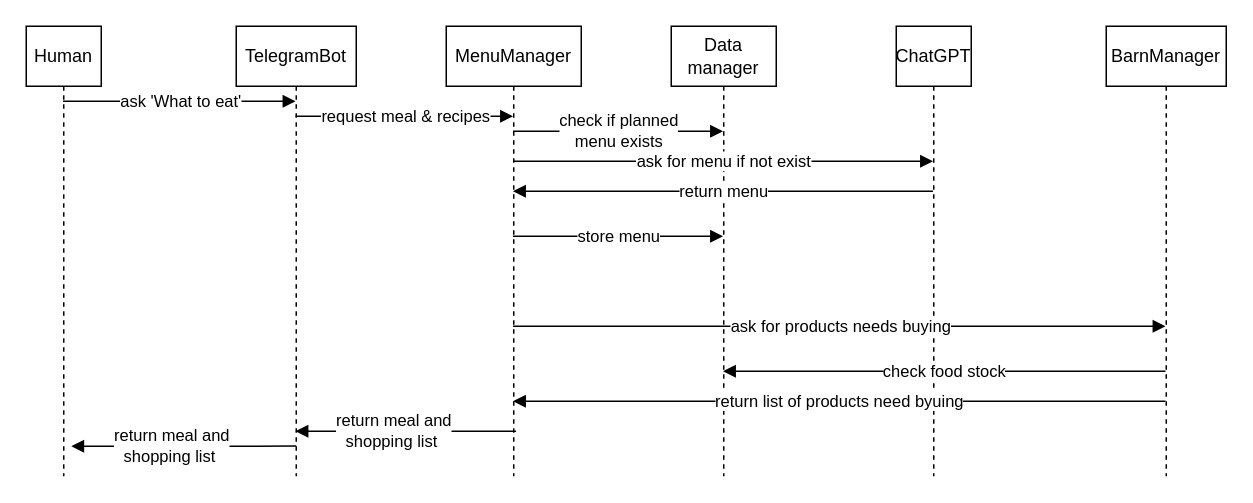
Earlier version of the draw.io diagram api/Global architecture.drawio (OblakoVShanah/barn_manager). Source tidied: cells renumbered, new cells numbered last; positions are measured from the earlier drawing's top-left corner, leaving out a move shared by most shapes. Both pictures are drawn from the tidied source at 150%, with x=0, y=0 at pixel (26, 26).
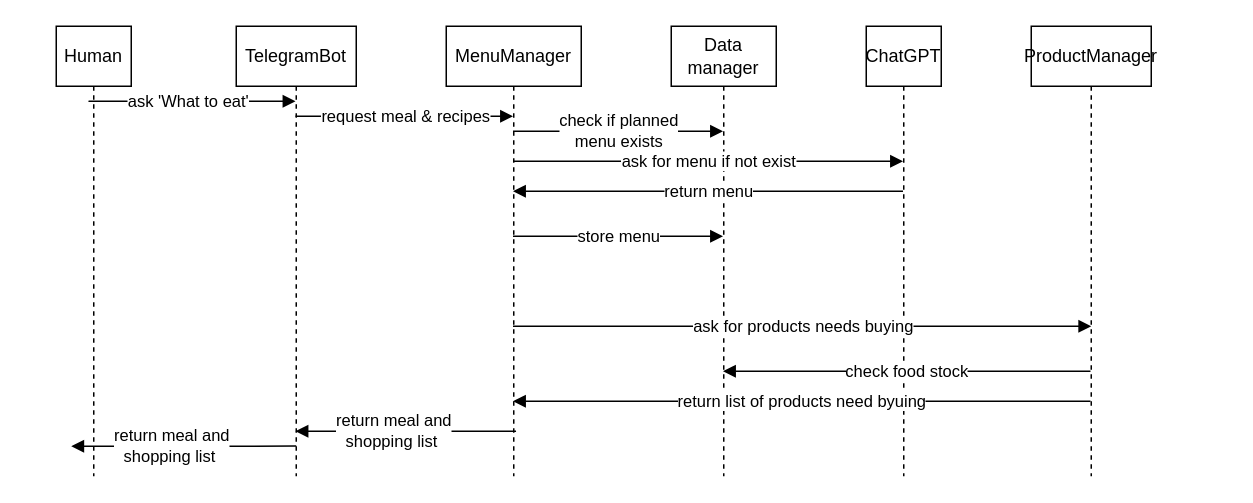
After the change.

Unchanged cells that the change refers to:
```xml
<mxCell id="4" value="MenuManager" style="shape=umlLifeline;perimeter=lifelinePerimeter;whiteSpace=wrap;html=1;" parent="1" vertex="1">
  <mxGeometry x="280" width="90" height="300" as="geometry" />
</mxCell>
<mxCell id="5" value="Data manager" style="shape=umlLifeline;perimeter=lifelinePerimeter;whiteSpace=wrap;html=1;" parent="1" vertex="1">
  <mxGeometry x="430" width="70" height="300" as="geometry" />
</mxCell>
```

The edit, as a diff of the source:
```diff
@@
     <mxCell id="2" value="Human" style="shape=umlLifeline;perimeter=lifelinePerimeter;whiteSpace=wrap;html=1;" parent="1" vertex="1">
-      <mxGeometry width="50" height="300" as="geometry" />
+      <mxGeometry x="20" width="50" height="300" as="geometry" />
     </mxCell>
@@
     <mxCell id="6" value="ChatGPT" style="shape=umlLifeline;perimeter=lifelinePerimeter;whiteSpace=wrap;html=1;" parent="1" vertex="1">
-      <mxGeometry x="580" width="50" height="300" as="geometry" />
+      <mxGeometry x="560" width="50" height="300" as="geometry" />
     </mxCell>
-    <mxCell id="7" value="BarnManager" style="shape=umlLifeline;perimeter=lifelinePerimeter;whiteSpace=wrap;html=1;" parent="1" vertex="1">
-      <mxGeometry x="720" width="80" height="300" as="geometry" />
-    </mxCell>
+    <mxCell id="19" value="ProductManager" style="shape=umlLifeline;perimeter=lifelinePerimeter;whiteSpace=wrap;html=1;" parent="1" vertex="1">
+      <mxGeometry x="670" width="80" height="300" as="geometry" />
+    </mxCell>
@@
-    <mxCell id="14" value="check food stock" style="html=1;endArrow=block;" parent="1" edge="1" source="7" target="5">
+    <mxCell id="14" value="check food stock" style="html=1;endArrow=block;" parent="1" edge="1" source="19" target="5">
       <mxGeometry relative="1" as="geometry">
         <Array as="points">
           <mxPoint x="700" y="230" />
           <mxPoint x="510" y="230" />
         </Array>
       </mxGeometry>
     </mxCell>
-    <mxCell id="15" value="ask for products needs buying" style="html=1;endArrow=block;" parent="1" edge="1" source="4" target="7">
+    <mxCell id="15" value="ask for products needs buying" style="html=1;endArrow=block;" parent="1" edge="1" source="4" target="19">
       <mxGeometry relative="1" as="geometry">
         <Array as="points">
           <mxPoint x="710" y="200" />
         </Array>
       </mxGeometry>
     </mxCell>
-    <mxCell id="16" value="return list of products need byuing" style="html=1;endArrow=block;" parent="1" edge="1" source="7" target="4">
+    <mxCell id="16" value="return list of products need byuing" style="html=1;endArrow=block;" parent="1" edge="1" source="19" target="4">
       <mxGeometry relative="1" as="geometry">
         <Array as="points">
           <mxPoint x="705" y="250" />
           <mxPoint x="515" y="250" />
         </Array>
       </mxGeometry>
     </mxCell>
```
